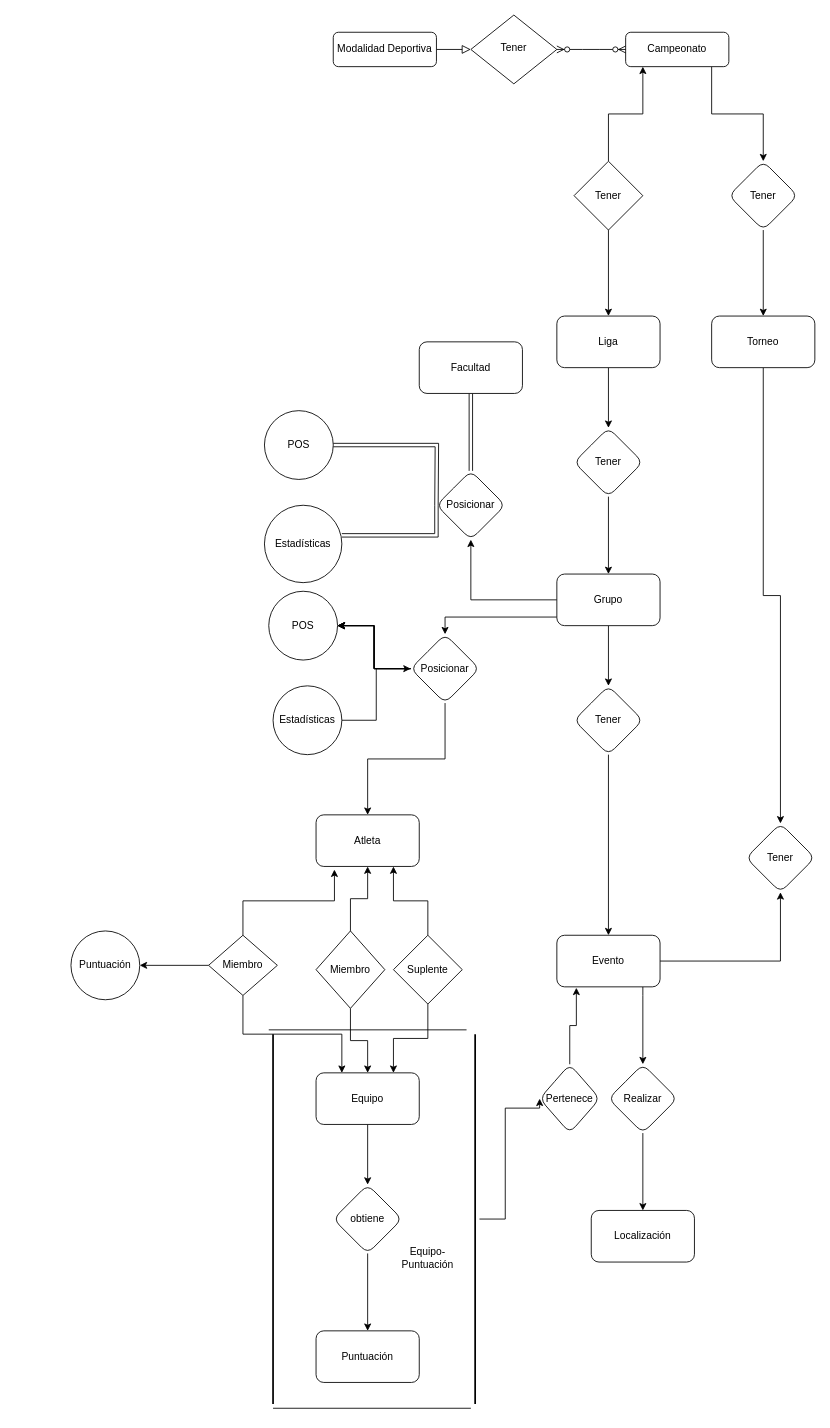
The draw.io diagram DataBasesModels/Caribes_puntuacion_por_participante.drawio in vicmc99/uh-games-page, before the edit. Source tidied: cells renumbered, new cells numbered last; positions are measured from the earlier drawing's top-left corner, leaving out a move shared by most shapes. Both pictures are drawn from the tidied source at 86%, with x=0, y=0 at pixel (71, 15).
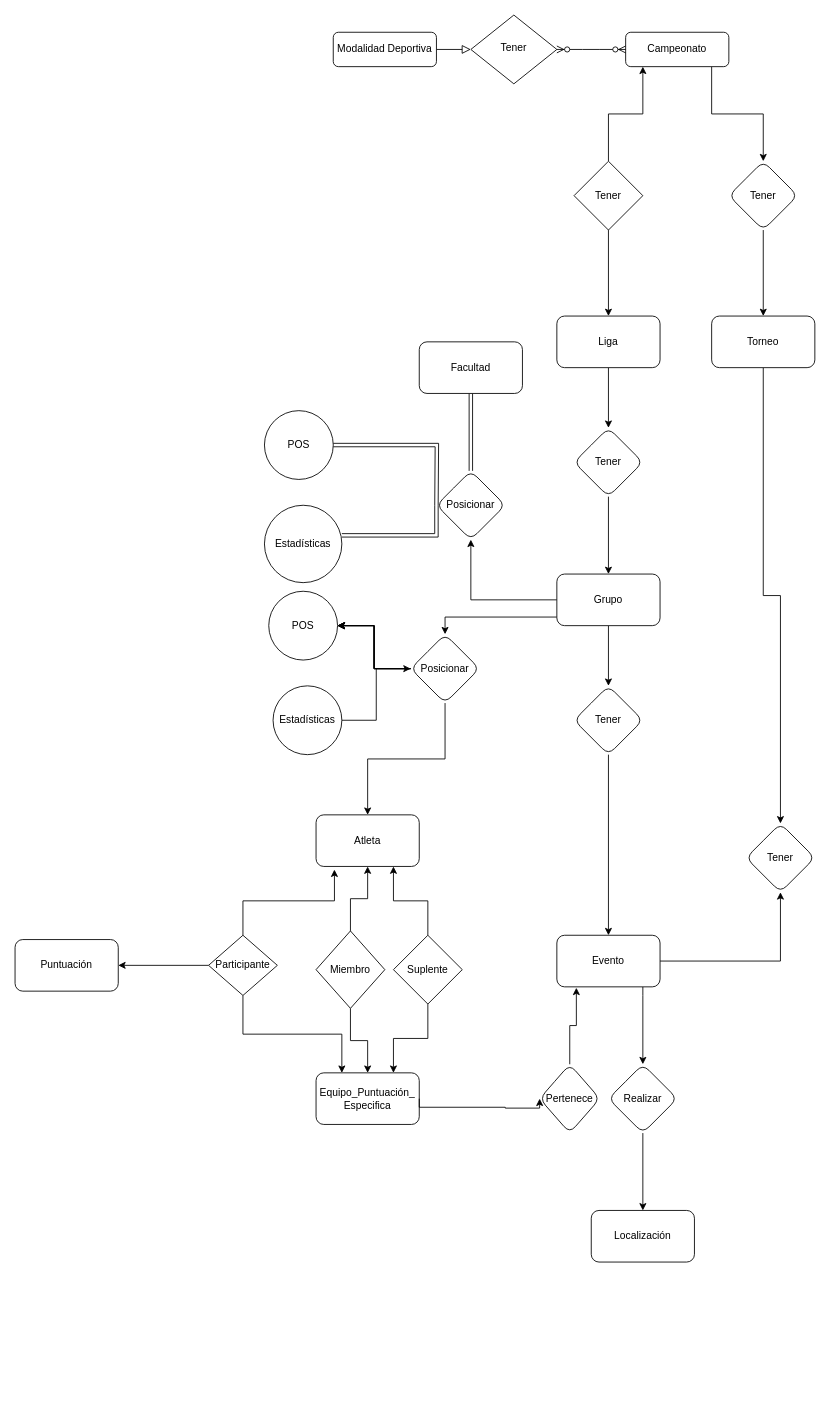
The same diagram, later.

The change refers to these unchanged cells:
```xml
<mxCell id="61" value="Pertenece" style="rhombus;whiteSpace=wrap;html=1;rounded=1;glass=0;strokeWidth=1;shadow=0;" parent="1" vertex="1">
  <mxGeometry x="545" y="1220" width="70" height="80" as="geometry" />
</mxCell>
```

Change to the diagram source:
```diff
@@
-    <mxCell id="46" style="edgeStyle=orthogonalEdgeStyle;rounded=0;jettySize=auto;html=1;" parent="1" edge="1" source="47" target="53">
-      <mxGeometry relative="1" as="geometry" />
-    </mxCell>
-    <mxCell id="47" value="Equipo" style="whiteSpace=wrap;html=1;rounded=1;glass=0;strokeWidth=1;shadow=0;" parent="1" vertex="1">
+    <mxCell id="47" value="Equipo_Puntuación_&lt;br&gt;Especifica" style="whiteSpace=wrap;html=1;rounded=1;glass=0;strokeWidth=1;shadow=0;" parent="1" vertex="1">
       <mxGeometry x="285" y="1230" width="120" height="60" as="geometry" />
     </mxCell>
@@
-    <mxCell id="52" style="edgeStyle=orthogonalEdgeStyle;rounded=0;jettySize=auto;html=1;" parent="1" edge="1" source="53" target="54">
-      <mxGeometry relative="1" as="geometry" />
-    </mxCell>
-    <mxCell id="53" value="obtiene" style="rhombus;whiteSpace=wrap;html=1;rounded=1;glass=0;strokeWidth=1;shadow=0;" parent="1" vertex="1">
-      <mxGeometry x="305" y="1360" width="80" height="80" as="geometry" />
-    </mxCell>
-    <mxCell id="54" value="Puntuación" style="whiteSpace=wrap;html=1;rounded=1;glass=0;strokeWidth=1;shadow=0;" parent="1" vertex="1">
-      <mxGeometry x="285" y="1530" width="120" height="60" as="geometry" />
-    </mxCell>
-    <mxCell id="55" style="line;strokeWidth=2;direction=south;html=1;" parent="1" vertex="1">
-      <mxGeometry x="230" y="1185" width="10" height="430" as="geometry" />
-    </mxCell>
-    <mxCell id="56" style="edgeStyle=orthogonalEdgeStyle;rounded=0;jettySize=auto;html=1;entryX=0;entryY=0.5;entryDx=0;entryDy=0;" parent="1" edge="1" source="57" target="61">
+    <mxCell id="56" style="edgeStyle=orthogonalEdgeStyle;rounded=0;jettySize=auto;html=1;entryX=0;entryY=0.5;entryDx=0;entryDy=0;exitX=1;exitY=0.5;exitDx=0;exitDy=0;" parent="1" edge="1" source="47" target="61">
       <mxGeometry relative="1" as="geometry">
         <Array as="points">
-          <mxPoint x="505" y="1400" />
+          <mxPoint x="405" y="1270" />
+          <mxPoint x="505" y="1270" />
           <mxPoint x="505" y="1271" />
           <mxPoint x="545" y="1271" />
         </Array>
       </mxGeometry>
     </mxCell>
-    <mxCell id="57" style="line;strokeWidth=2;direction=south;html=1;" parent="1" vertex="1">
-      <mxGeometry x="465" y="1185" width="10" height="430" as="geometry" />
-    </mxCell>
-    <mxCell id="58" style="line;strokeWidth=1;dashed=0;labelPosition=right;align=left;verticalAlign=middle;spacingTop=0;spacingLeft=6;" parent="1" vertex="1">
-      <mxGeometry x="235" y="1615" width="230" height="10" as="geometry" />
-    </mxCell>
-    <mxCell id="59" style="line;strokeWidth=1;dashed=0;labelPosition=right;align=left;verticalAlign=middle;spacingTop=0;spacingLeft=6;" parent="1" vertex="1">
-      <mxGeometry x="230" y="1175" width="230" height="10" as="geometry" />
-    </mxCell>
-    <mxCell id="60" value="Equipo-Puntuación" style="text;html=1;strokeColor=none;fillColor=none;align=center;verticalAlign=middle;whiteSpace=wrap;rounded=0;" parent="1" vertex="1">
-      <mxGeometry x="385" y="1430" width="60" height="30" as="geometry" />
-    </mxCell>
@@
-    <mxCell id="70" style="edgeStyle=orthogonalEdgeStyle;rounded=0;jettySize=auto;html=1;" parent="1" edge="1" source="71" target="73">
-      <mxGeometry relative="1" as="geometry" />
-    </mxCell>
+    <mxCell id="74" style="edgeStyle=orthogonalEdgeStyle;rounded=0;jettySize=auto;html=1;" parent="1" edge="1" source="71" target="54">
+      <mxGeometry relative="1" as="geometry" />
+    </mxCell>
-    <mxCell id="71" value="Miembro" style="rhombus;whiteSpace=wrap;html=1;" parent="1" vertex="1">
+    <mxCell id="71" value="Participante" style="rhombus;whiteSpace=wrap;html=1;" parent="1" vertex="1">
       <mxGeometry x="160" y="1070" width="80" height="70" as="geometry" />
     </mxCell>
@@
-    <mxCell id="73" value="Puntuación" style="ellipse;whiteSpace=wrap;html=1;" parent="1" vertex="1">
-      <mxGeometry y="1065" width="80" height="80" as="geometry" />
-    </mxCell>
+    <mxCell id="54" value="Puntuación" style="whiteSpace=wrap;html=1;rounded=1;glass=0;strokeWidth=1;shadow=0;" parent="1" vertex="1">
+      <mxGeometry x="-65" y="1075" width="120" height="60" as="geometry" />
+    </mxCell>
```
